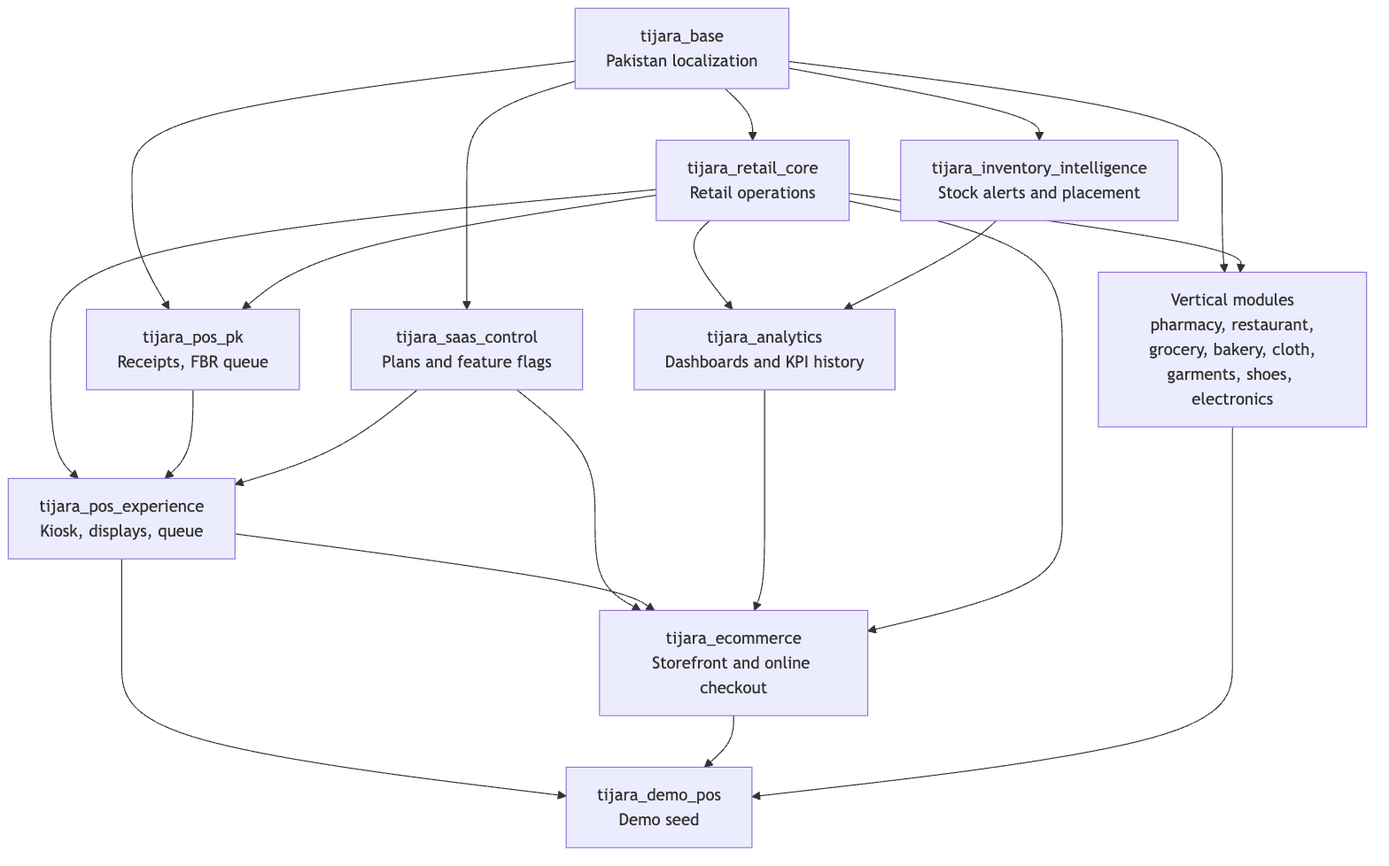
The Mermaid diagram docs/diagrams/png/05-odoo-module-map.png in adeelarshad414/tijara-suite, before a commit. Its source is kept beside it as docs/diagrams/mmd/05-odoo-module-map.mmd.
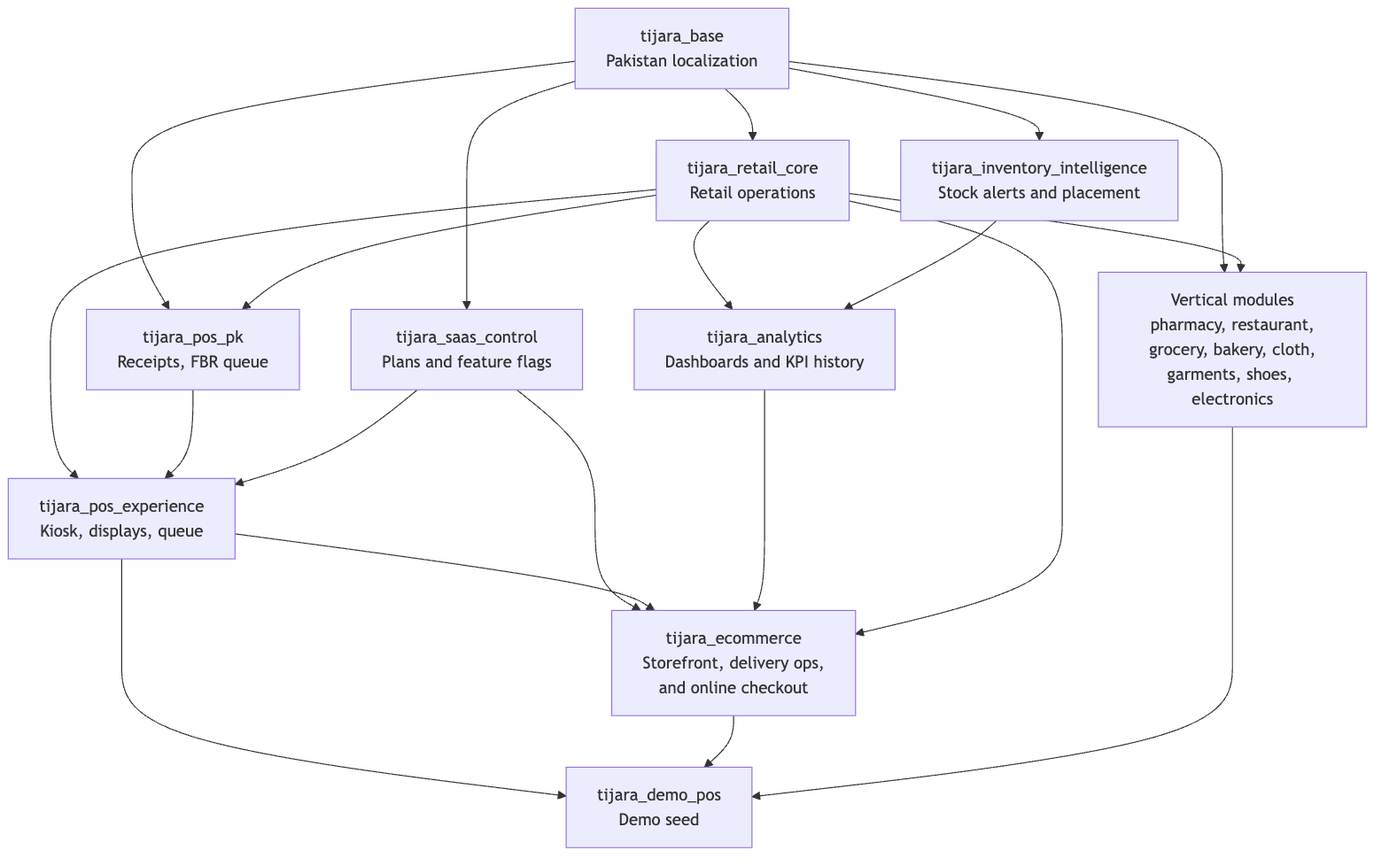
Later version of the same file.

Diff of the diagram source:
```diff
@@ -6,7 +6,7 @@
     Experience["tijara_pos_experience\nKiosk, displays, queue"]
     Analytics["tijara_analytics\nDashboards and KPI history"]
     SaaS["tijara_saas_control\nPlans and feature flags"]
-    Ecommerce["tijara_ecommerce\nStorefront and online checkout"]
+    Ecommerce["tijara_ecommerce\nStorefront, delivery ops,\nand online checkout"]
     Demo["tijara_demo_pos\nDemo seed"]
     Verticals["Vertical modules\npharmacy, restaurant,\ngrocery, bakery, cloth,\ngarments, shoes, electronics"]
 
```
